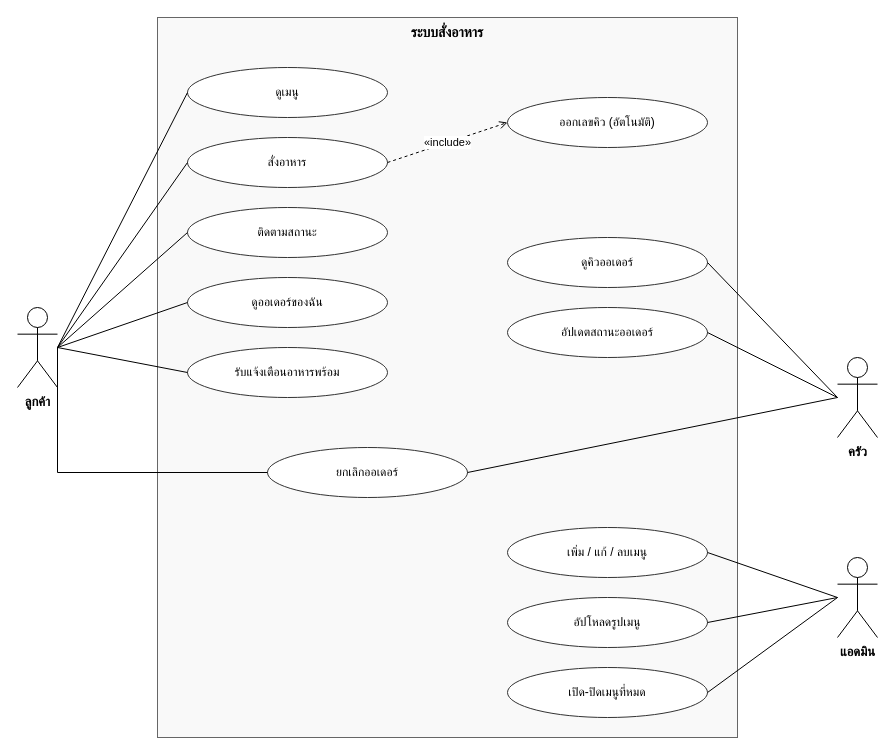
Earlier version of the draw.io diagram page "Use Case" (2 of 3) of docs/diagrams.drawio (RealTiraqmisu/Cloud-App). Source tidied: cells renumbered, new cells numbered last; positions are measured from the earlier drawing's top-left corner, leaving out a move shared by most shapes. Both pictures are drawn from the tidied source at 100%, with x=0, y=0 at pixel (17, 17).
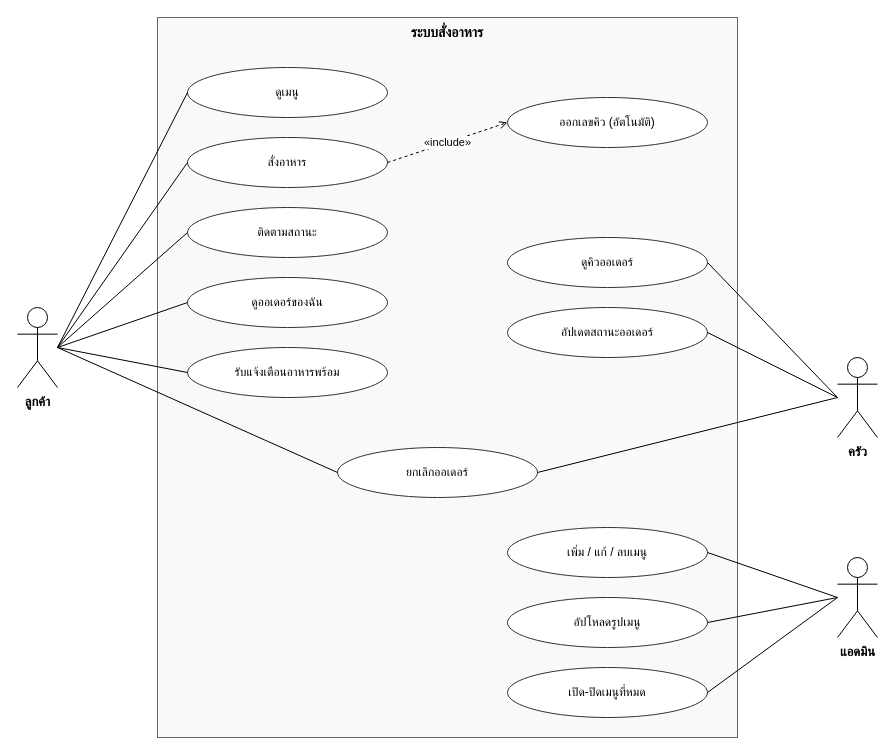
The same page after the edit.

Unchanged cells that the change refers to:
```xml
<mxCell id="3" value="ลูกค้า" style="shape=umlActor;verticalLabelPosition=bottom;verticalAlign=top;html=1;fontSize=13;fontStyle=1;" parent="1" vertex="1">
  <mxGeometry y="290" width="40" height="80" as="geometry" />
</mxCell>
```

The edit, as a diff of the source:
```diff
@@
     <mxCell id="11" value="ยกเลิกออเดอร์" style="ellipse;whiteSpace=wrap;html=1;fontSize=12;fillColor=#ffffff;strokeColor=#333333;" parent="1" vertex="1">
-      <mxGeometry x="250" y="430" width="200" height="50" as="geometry" />
+      <mxGeometry x="320" y="430" width="200" height="50" as="geometry" />
     </mxCell>
@@
-    <mxCell id="23" style="edgeStyle=orthogonalEdgeStyle;rounded=0;html=1;endArrow=block;endFill=1;fontSize=11;endArrow=none;edgeStyle=none;exitX=1;exitY=0.5;entryX=0;entryY=0.5;" parent="1" edge="1" source="3" target="11">
-      <mxGeometry relative="1" as="geometry">
-        <Array as="points">
-          <mxPoint x="40" y="455" />
-        </Array>
-      </mxGeometry>
+    <mxCell id="23" style="rounded=0;html=1;endArrow=block;endFill=1;fontSize=11;endArrow=none;edgeStyle=none;exitX=1;exitY=0.5;entryX=0;entryY=0.5;" parent="1" edge="1" source="3" target="11">
+      <mxGeometry relative="1" as="geometry" />
     </mxCell>
```
